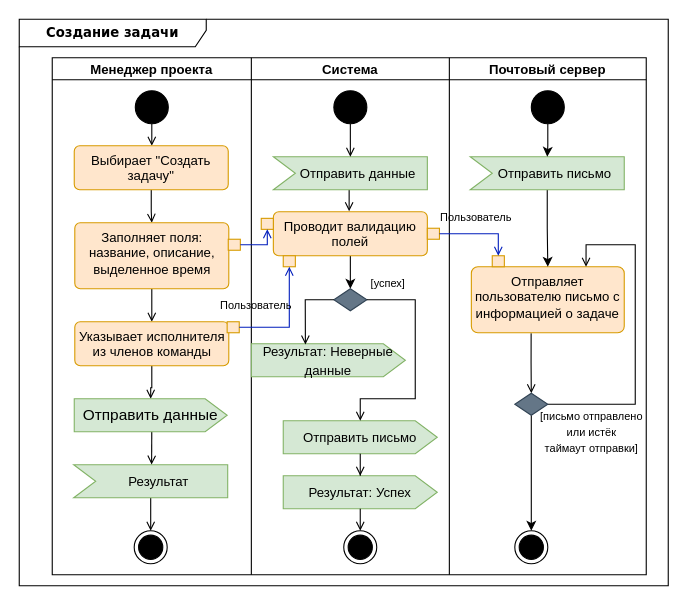
aVorotnikov/thunder_board keeps this draw.io diagram as docs/raw_diagrams/create_task.drawio. Above is the earlier version. Source tidied: cells renumbered, new cells numbered last; positions are measured from the earlier drawing's top-left corner, leaving out a move shared by most shapes. Both pictures are drawn from the tidied source at 110%, with x=0, y=0 at pixel (19, 19).
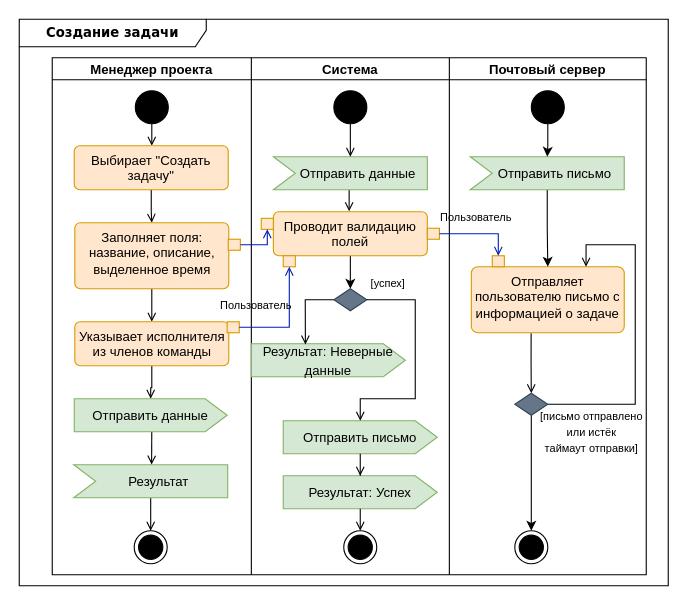
Above is the later version.

Commit message:
Поправил размер шрифта

Unchanged cells that the change refers to:
```xml
<mxCell id="5" value="Менеджер проекта" style="swimlane;swimlaneHead=0;swimlaneBody=0;fontStyle=1;strokeColor=inherit;fillColor=none;startSize=20;" parent="4" vertex="1">
  <mxGeometry width="181" height="470" as="geometry" />
</mxCell>
```

Change to the diagram source:
```diff
@@
-    <mxCell id="20" value="Отправить данные" style="html=1;shape=mxgraph.infographic.ribbonSimple;notch1=0;notch2=20;align=center;verticalAlign=middle;fontSize=14;fontStyle=0;fillColor=#d5e8d4;whiteSpace=wrap;strokeColor=#82b366;" parent="5" vertex="1">
+    <mxCell id="20" value="&lt;font style=&quot;font-size: 12px;&quot;&gt;Отправить данные&lt;/font&gt;" style="html=1;shape=mxgraph.infographic.ribbonSimple;notch1=0;notch2=20;align=center;verticalAlign=middle;fontSize=14;fontStyle=0;fillColor=#d5e8d4;whiteSpace=wrap;strokeColor=#82b366;" parent="5" vertex="1">
       <mxGeometry x="20" y="310" width="139" height="30" as="geometry" />
     </mxCell>
```
